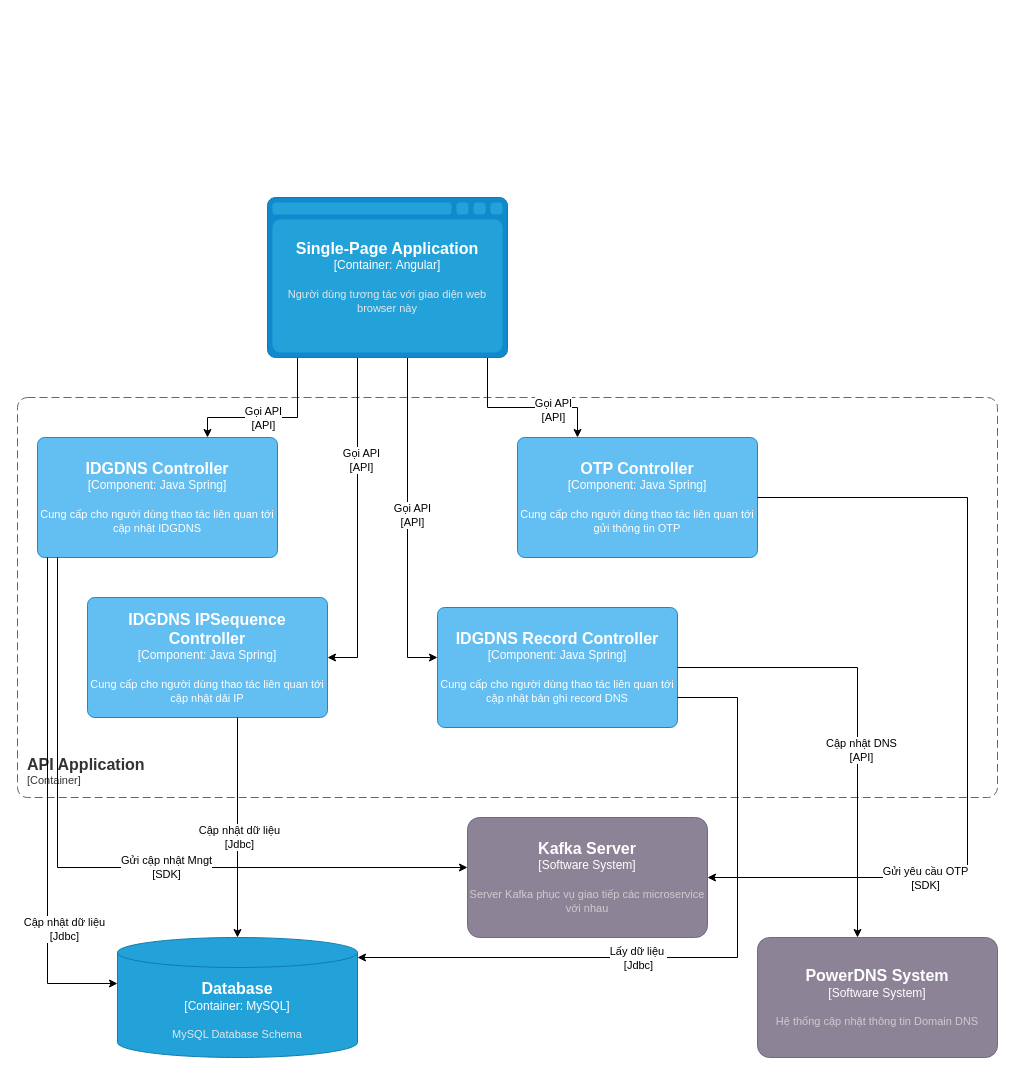
Earlier version of the draw.io diagram Idg-Portal lv3 IDGDNS API.drawio (dangngocsoncntt/draw.io). Source tidied: cells renumbered, new cells numbered last; positions are measured from the earlier drawing's top-left corner, leaving out a move shared by most shapes. Both pictures are drawn from the tidied source at 100%, with x=0, y=0 at pixel (17, 197).
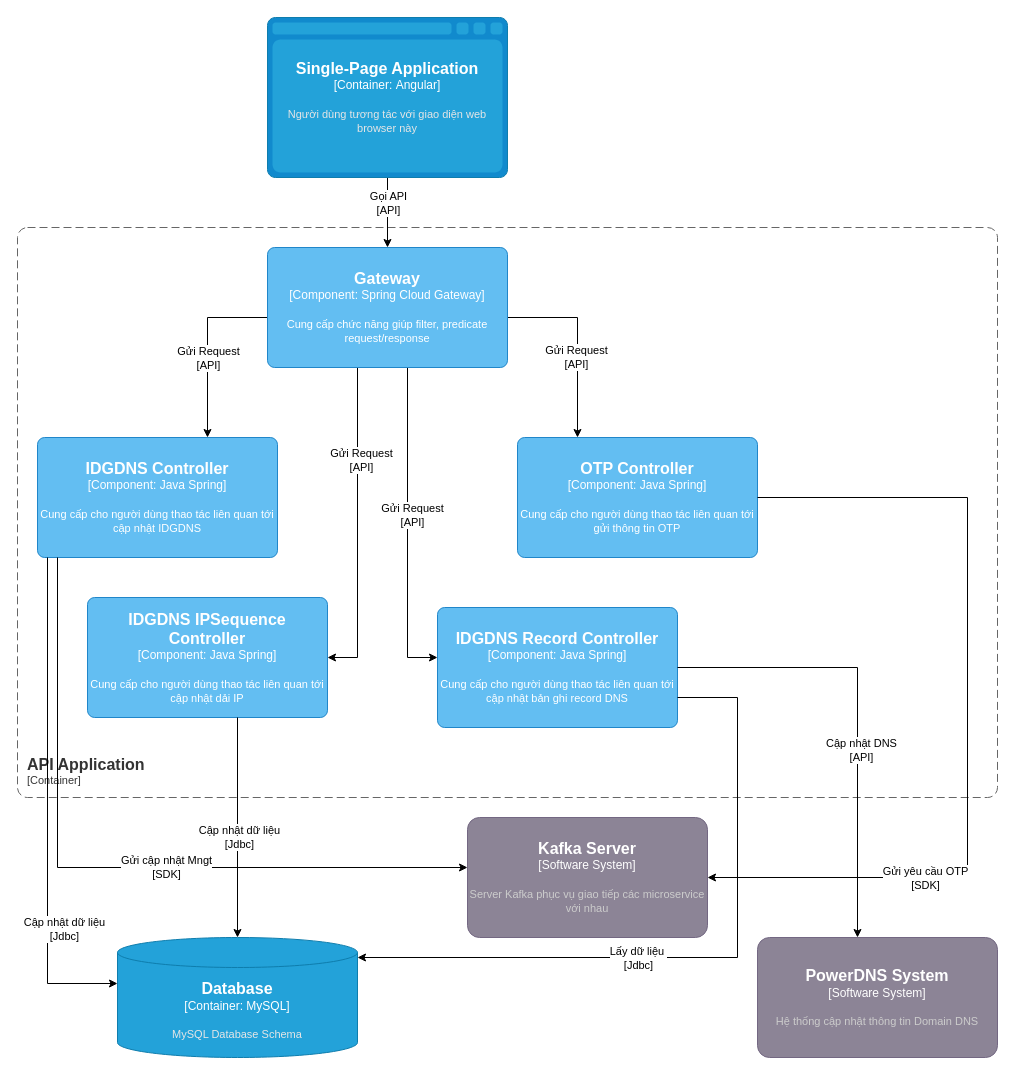
After the change.

Unchanged cells that the change refers to:
```xml
<object id="12" label="&lt;font style=&quot;font-size: 16px&quot;&gt;&lt;b&gt;%c4Name%&lt;/b&gt;&lt;/font&gt;&lt;div&gt;[%c4Type%: %c4Technology%]&lt;/div&gt;&lt;br&gt;&lt;div&gt;&lt;font style=&quot;font-size: 11px&quot;&gt;%c4Description%&lt;/font&gt;&lt;/div&gt;" c4Description="Cung cấp cho người dùng thao tác liên quan tới cập nhật IDGDNS" c4Name="IDGDNS Controller" c4Technology="Java Spring" c4Type="Component" placeholders="1">
  <mxCell style="rounded=1;whiteSpace=wrap;html=1;labelBackgroundColor=none;fillColor=#63BEF2;fontColor=#ffffff;align=center;arcSize=6;strokeColor=#2086C9;points=[[0.25,0,0],[0.5,0,0],[0.75,0,0],[1,0.25,0],[1,0.5,0],[1,0.75,0],[0.75,1,0],[0.5,1,0],[0.25,1,0],[0,0.75,0],[0,0.5,0],[0,0.25,0]];" parent="1" vertex="1">
    <mxGeometry x="20" y="240" width="240" height="120" as="geometry" />
  </mxCell>
</object>
<object id="13" label="&lt;font style=&quot;font-size: 16px&quot;&gt;&lt;b&gt;%c4Name%&lt;/b&gt;&lt;/font&gt;&lt;div&gt;[%c4Type%: %c4Technology%]&lt;/div&gt;&lt;br&gt;&lt;div&gt;&lt;font style=&quot;font-size: 11px&quot;&gt;%c4Description%&lt;/font&gt;&lt;/div&gt;" c4Description="Cung cấp cho người dùng thao tác liên quan tới gửi thông tin OTP" c4Name="OTP Controller" c4Technology="Java Spring" c4Type="Component" placeholders="1">
  <mxCell style="rounded=1;whiteSpace=wrap;html=1;labelBackgroundColor=none;fillColor=#63BEF2;fontColor=#ffffff;align=center;arcSize=6;strokeColor=#2086C9;points=[[0.25,0,0],[0.5,0,0],[0.75,0,0],[1,0.25,0],[1,0.5,0],[1,0.75,0],[0.75,1,0],[0.5,1,0],[0.25,1,0],[0,0.75,0],[0,0.5,0],[0,0.25,0]];" parent="1" vertex="1">
    <mxGeometry x="500" y="240" width="240" height="120" as="geometry" />
  </mxCell>
</object>
<object id="22" label="&lt;font style=&quot;font-size: 16px&quot;&gt;&lt;b&gt;%c4Name%&lt;/b&gt;&lt;/font&gt;&lt;div&gt;[%c4Type%: %c4Technology%]&lt;/div&gt;&lt;br&gt;&lt;div&gt;&lt;font style=&quot;font-size: 11px&quot;&gt;%c4Description%&lt;/font&gt;&lt;/div&gt;" c4Description="Cung cấp cho người dùng thao tác liên quan tới cập nhật dải IP" c4Name="IDGDNS IPSequence Controller" c4Technology="Java Spring" c4Type="Component" placeholders="1">
  <mxCell style="rounded=1;whiteSpace=wrap;html=1;labelBackgroundColor=none;fillColor=#63BEF2;fontColor=#ffffff;align=center;arcSize=6;strokeColor=#2086C9;points=[[0.25,0,0],[0.5,0,0],[0.75,0,0],[1,0.25,0],[1,0.5,0],[1,0.75,0],[0.75,1,0],[0.5,1,0],[0.25,1,0],[0,0.75,0],[0,0.5,0],[0,0.25,0]];" parent="1" vertex="1">
    <mxGeometry x="70" y="400" width="240" height="120" as="geometry" />
  </mxCell>
</object>
<object id="25" label="&lt;font style=&quot;font-size: 16px&quot;&gt;&lt;b&gt;%c4Name%&lt;/b&gt;&lt;/font&gt;&lt;div&gt;[%c4Type%: %c4Technology%]&lt;/div&gt;&lt;br&gt;&lt;div&gt;&lt;font style=&quot;font-size: 11px&quot;&gt;%c4Description%&lt;/font&gt;&lt;/div&gt;" c4Description="Cung cấp cho người dùng thao tác liên quan tới cập nhật bản ghi record DNS" c4Name="IDGDNS Record Controller" c4Technology="Java Spring" c4Type="Component" placeholders="1">
  <mxCell style="rounded=1;whiteSpace=wrap;html=1;labelBackgroundColor=none;fillColor=#63BEF2;fontColor=#ffffff;align=center;arcSize=6;strokeColor=#2086C9;points=[[0.25,0,0],[0.5,0,0],[0.75,0,0],[1,0.25,0],[1,0.5,0],[1,0.75,0],[0.75,1,0],[0.5,1,0],[0.25,1,0],[0,0.75,0],[0,0.5,0],[0,0.25,0]];" parent="1" vertex="1">
    <mxGeometry x="420" y="410" width="240" height="120" as="geometry" />
  </mxCell>
</object>
```

The edit, as a diff of the source:
```diff
@@
     <object id="2" label="&lt;font style=&quot;font-size: 16px&quot;&gt;&lt;b&gt;&lt;div style=&quot;text-align: left&quot;&gt;%c4Name%&lt;/div&gt;&lt;/b&gt;&lt;/font&gt;&lt;div style=&quot;text-align: left&quot;&gt;[%c4Application%]&lt;/div&gt;" c4Application="Container" c4Name="API Application" placeholders="1">
       <mxCell style="rounded=1;fontSize=11;whiteSpace=wrap;html=1;dashed=1;arcSize=20;fillColor=none;strokeColor=#666666;fontColor=#333333;labelBackgroundColor=none;align=left;verticalAlign=bottom;labelBorderColor=none;spacingTop=0;spacing=10;dashPattern=8 4;perimeter=rectanglePerimeter;noLabel=0;labelPadding=0;absoluteArcSize=1;" parent="1" vertex="1">
-        <mxGeometry y="200" width="980" height="400" as="geometry" />
+        <mxGeometry y="30" width="980" height="570" as="geometry" />
       </mxCell>
     </object>
-    <mxCell id="3" style="edgeStyle=orthogonalEdgeStyle;rounded=0;jettySize=auto;html=1;" parent="1" edge="1" source="11" target="12">
+    <mxCell id="3" style="edgeStyle=orthogonalEdgeStyle;rounded=0;jettySize=auto;html=1;" parent="1" edge="1" target="12">
       <mxGeometry relative="1" as="geometry">
+        <mxPoint x="280" y="160" as="sourcePoint" />
         <Array as="points">
-          <mxPoint x="280" y="220" />
-          <mxPoint x="190" y="220" />
+          <mxPoint x="280" y="120" />
+          <mxPoint x="190" y="120" />
         </Array>
       </mxGeometry>
     </mxCell>
-    <mxCell id="4" value="Gọi API&lt;br style=&quot;border-color: var(--border-color);&quot;&gt;[API]" style="edgeLabel;html=1;align=center;verticalAlign=middle;" parent="3" vertex="1">
-      <mxGeometry x="0.12" relative="1" as="geometry" />
+    <mxCell id="4" value="Gửi Request&lt;br&gt;[API]" style="edgeLabel;html=1;align=center;verticalAlign=middle;" parent="3" vertex="1">
+      <mxGeometry x="0.12" relative="1" as="geometry">
+        <mxPoint y="30" as="offset" />
+      </mxGeometry>
     </mxCell>
-    <mxCell id="5" style="edgeStyle=orthogonalEdgeStyle;rounded=0;jettySize=auto;html=1;" parent="1" edge="1" source="11" target="13">
+    <mxCell id="5" style="edgeStyle=orthogonalEdgeStyle;rounded=0;jettySize=auto;html=1;" parent="1" edge="1" target="13">
       <mxGeometry relative="1" as="geometry">
+        <mxPoint x="470" y="160" as="sourcePoint" />
         <Array as="points">
-          <mxPoint x="470" y="210" />
-          <mxPoint x="560" y="210" />
+          <mxPoint x="470" y="120" />
+          <mxPoint x="560" y="120" />
         </Array>
       </mxGeometry>
     </mxCell>
-    <mxCell id="6" value="Gọi API&lt;br style=&quot;border-color: var(--border-color);&quot;&gt;[API]" style="edgeLabel;html=1;align=center;verticalAlign=middle;" parent="5" vertex="1">
+    <mxCell id="6" value="Gửi&amp;nbsp;Request&lt;br style=&quot;border-color: var(--border-color);&quot;&gt;[API]" style="edgeLabel;html=1;align=center;verticalAlign=middle;" parent="5" vertex="1">
       <mxGeometry x="0.35" y="-2" relative="1" as="geometry" />
     </mxCell>
-    <mxCell id="7" style="edgeStyle=orthogonalEdgeStyle;rounded=0;jettySize=auto;html=1;" parent="1" edge="1" source="11" target="22">
+    <mxCell id="7" style="edgeStyle=orthogonalEdgeStyle;rounded=0;jettySize=auto;html=1;" parent="1" edge="1" target="22">
       <mxGeometry relative="1" as="geometry">
+        <mxPoint x="340" y="160" as="sourcePoint" />
         <Array as="points">
           <mxPoint x="340" y="460" />
         </Array>
       </mxGeometry>
     </mxCell>
-    <mxCell id="8" value="Gọi API&lt;br style=&quot;border-color: var(--border-color);&quot;&gt;[API]" style="edgeLabel;html=1;align=center;verticalAlign=middle;" parent="7" vertex="1">
+    <mxCell id="8" value="Gửi&amp;nbsp;Request&lt;br style=&quot;border-color: var(--border-color);&quot;&gt;[API]" style="edgeLabel;html=1;align=center;verticalAlign=middle;" parent="7" vertex="1">
       <mxGeometry x="-0.38" y="3" relative="1" as="geometry" />
     </mxCell>
-    <mxCell id="9" style="edgeStyle=orthogonalEdgeStyle;rounded=0;jettySize=auto;html=1;" parent="1" edge="1" source="11" target="25">
+    <mxCell id="9" style="edgeStyle=orthogonalEdgeStyle;rounded=0;jettySize=auto;html=1;" parent="1" edge="1" target="25">
       <mxGeometry relative="1" as="geometry">
+        <mxPoint x="390" y="160" as="sourcePoint" />
         <Array as="points">
           <mxPoint x="390" y="460" />
         </Array>
       </mxGeometry>
     </mxCell>
-    <mxCell id="10" value="Gọi API&lt;br style=&quot;border-color: var(--border-color);&quot;&gt;[API]" style="edgeLabel;html=1;align=center;verticalAlign=middle;" parent="9" vertex="1">
+    <mxCell id="10" value="Gửi&amp;nbsp;Request&lt;br style=&quot;border-color: var(--border-color);&quot;&gt;[API]" style="edgeLabel;html=1;align=center;verticalAlign=middle;" parent="9" vertex="1">
       <mxGeometry x="-0.05" y="4" relative="1" as="geometry" />
     </mxCell>
-    <object id="11" label="&lt;font style=&quot;font-size: 16px&quot;&gt;&lt;b&gt;%c4Type%&lt;/b&gt;&lt;/font&gt;&lt;div&gt;[%c4Container%:&amp;nbsp;%c4Technology%]&lt;/div&gt;&lt;br&gt;&lt;div&gt;&lt;font style=&quot;font-size: 11px&quot;&gt;&lt;font color=&quot;#E6E6E6&quot;&gt;%c4Description%&lt;/font&gt;&lt;/div&gt;" c4Container="Container" c4Description="Người dùng tương tác với giao diện web browser này" c4Technology="Angular" c4Type="Single-Page Application" placeholders="1">
-      <mxCell style="shape=mxgraph.c4.webBrowserContainer2;whiteSpace=wrap;html=1;boundedLbl=1;rounded=0;labelBackgroundColor=none;strokeColor=#118ACD;fillColor=#23A2D9;strokeColor=#118ACD;strokeColor2=#0E7DAD;fontSize=12;fontColor=#ffffff;align=center;points=[[0.5,0,0],[1,0.25,0],[1,0.5,0],[1,0.75,0],[0.5,1,0],[0,0.75,0],[0,0.5,0],[0,0.25,0]];" parent="1" vertex="1">
-        <mxGeometry x="250" width="240" height="160" as="geometry" />
-      </mxCell>
-    </object>
@@
+    <mxCell id="31" style="edgeStyle=orthogonalEdgeStyle;rounded=0;jettySize=auto;html=1;entryX=0.5;entryY=0;entryDx=0;entryDy=0;entryPerimeter=0;" parent="1" edge="1" source="11" target="33">
+      <mxGeometry relative="1" as="geometry" />
+    </mxCell>
+    <mxCell id="32" value="Gọi API&lt;br&gt;[API]" style="edgeLabel;html=1;align=center;verticalAlign=middle;" parent="31" vertex="1">
+      <mxGeometry x="-0.29" relative="1" as="geometry" />
+    </mxCell>
+    <object id="11" label="&lt;font style=&quot;font-size: 16px&quot;&gt;&lt;b&gt;%c4Type%&lt;/b&gt;&lt;/font&gt;&lt;div&gt;[%c4Container%:&amp;nbsp;%c4Technology%]&lt;/div&gt;&lt;br&gt;&lt;div&gt;&lt;font style=&quot;font-size: 11px&quot;&gt;&lt;font color=&quot;#E6E6E6&quot;&gt;%c4Description%&lt;/font&gt;&lt;/div&gt;" c4Container="Container" c4Description="Người dùng tương tác với giao diện web browser này" c4Technology="Angular" c4Type="Single-Page Application" placeholders="1">
+      <mxCell style="shape=mxgraph.c4.webBrowserContainer2;whiteSpace=wrap;html=1;boundedLbl=1;rounded=0;labelBackgroundColor=none;strokeColor=#118ACD;fillColor=#23A2D9;strokeColor=#118ACD;strokeColor2=#0E7DAD;fontSize=12;fontColor=#ffffff;align=center;points=[[0.5,0,0],[1,0.25,0],[1,0.5,0],[1,0.75,0],[0.5,1,0],[0,0.75,0],[0,0.5,0],[0,0.25,0]];" parent="1" vertex="1">
+        <mxGeometry x="250" y="-180" width="240" height="160" as="geometry" />
+      </mxCell>
+    </object>
+    <object id="33" label="&lt;font style=&quot;font-size: 16px&quot;&gt;&lt;b&gt;%c4Name%&lt;/b&gt;&lt;/font&gt;&lt;div&gt;[%c4Type%: %c4Technology%]&lt;/div&gt;&lt;br&gt;&lt;div&gt;&lt;font style=&quot;font-size: 11px&quot;&gt;%c4Description%&lt;/font&gt;&lt;/div&gt;" c4Description="Cung cấp chức năng giúp filter, predicate request/response" c4Name="Gateway" c4Technology="Spring Cloud Gateway" c4Type="Component" placeholders="1">
+      <mxCell style="rounded=1;whiteSpace=wrap;html=1;labelBackgroundColor=none;fillColor=#63BEF2;fontColor=#ffffff;align=center;arcSize=6;strokeColor=#2086C9;points=[[0.25,0,0],[0.5,0,0],[0.75,0,0],[1,0.25,0],[1,0.5,0],[1,0.75,0],[0.75,1,0],[0.5,1,0],[0.25,1,0],[0,0.75,0],[0,0.5,0],[0,0.25,0]];" parent="1" vertex="1">
+        <mxGeometry x="250" y="50" width="240" height="120" as="geometry" />
+      </mxCell>
+    </object>
```
